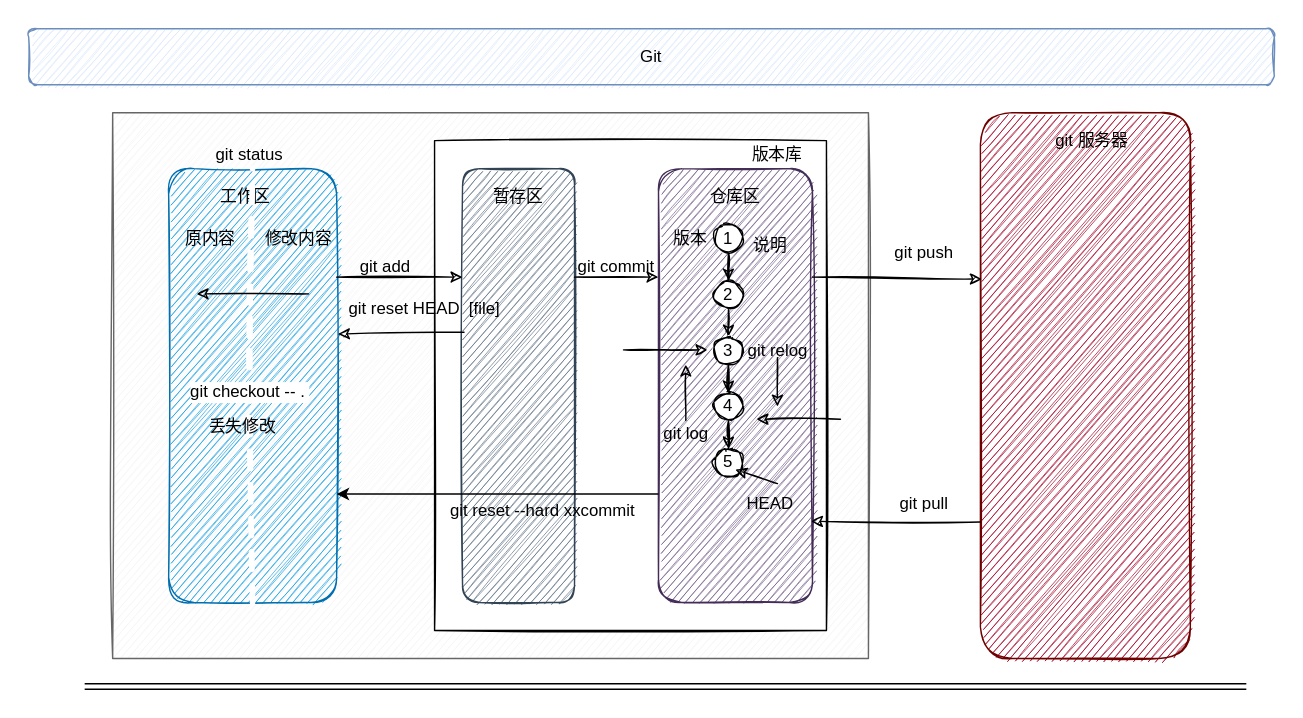
Before: 03-工作环境/images/git.svg, a diagram exported from draw.io (cd-home/Root). Source tidied: cells renumbered, new cells last; positions are measured from the earlier drawing's top-left corner, leaving out a move shared by most shapes.
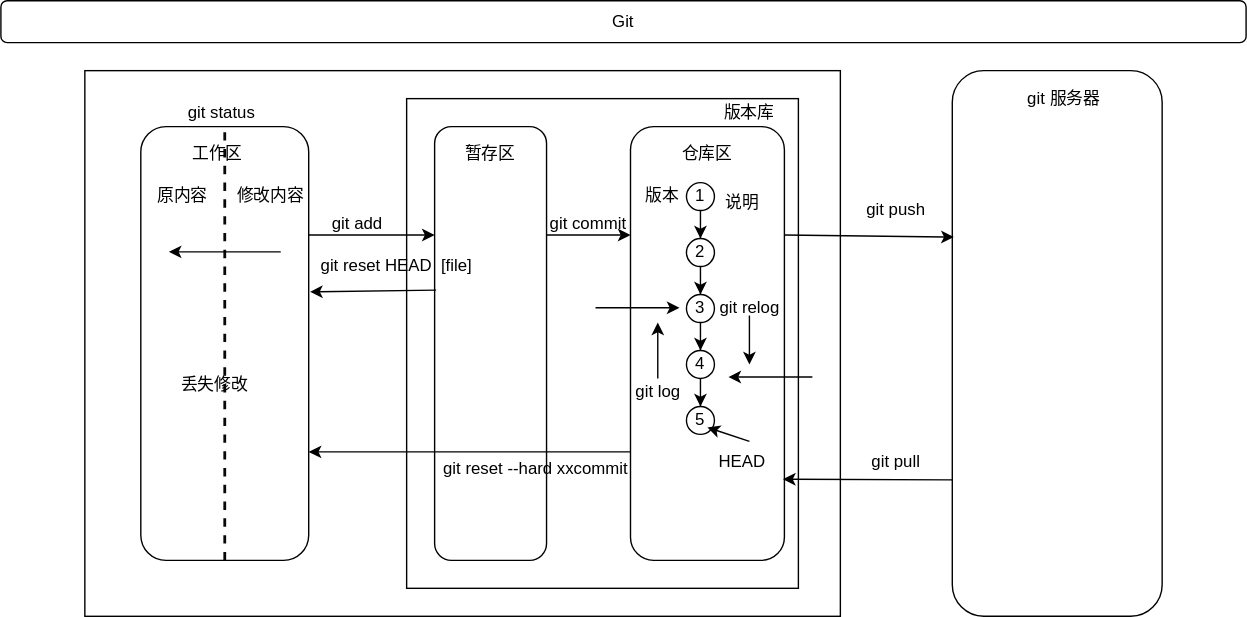
After the commit.

Change to the diagram source:
```diff
@@ -2,189 +2,171 @@
   <root>
     <mxCell id="0" />
     <mxCell id="1" parent="0" />
-    <mxCell id="2" value="Git&lt;br&gt;" style="rounded=1;whiteSpace=wrap;html=1;fillColor=#dae8fc;strokeColor=#6c8ebf;sketch=1;" parent="1" vertex="1">
-      <mxGeometry width="890" height="40" as="geometry" />
+    <mxCell id="2" value="Git&lt;br&gt;" style="rounded=1;whiteSpace=wrap;html=1;" parent="1" vertex="1">
+      <mxGeometry y="10" width="890" height="30" as="geometry" />
     </mxCell>
-    <mxCell id="3" style="rounded=1;whiteSpace=wrap;html=1;fillColor=#a20025;strokeColor=#6F0000;sketch=1;fontColor=#ffffff;" parent="1" vertex="1">
+    <mxCell id="3" style="rounded=1;whiteSpace=wrap;html=1;" parent="1" vertex="1">
       <mxGeometry x="680" y="60" width="150" height="390" as="geometry" />
     </mxCell>
-    <mxCell id="4" style="rounded=0;whiteSpace=wrap;html=1;fillColor=#f5f5f5;strokeColor=#666666;fontColor=#333333;sketch=1;" parent="1" vertex="1">
+    <mxCell id="4" style="rounded=0;whiteSpace=wrap;html=1;" parent="1" vertex="1">
       <mxGeometry x="60" y="60" width="540" height="390" as="geometry" />
     </mxCell>
-    <mxCell id="5" style="rounded=1;whiteSpace=wrap;html=1;fillColor=#1ba1e2;strokeColor=#006EAF;sketch=1;fontColor=#ffffff;" parent="1" vertex="1">
+    <mxCell id="5" style="rounded=1;whiteSpace=wrap;html=1;" parent="1" vertex="1">
       <mxGeometry x="100" y="100" width="120" height="310" as="geometry" />
     </mxCell>
-    <mxCell id="6" style="rounded=0;whiteSpace=wrap;html=1;sketch=1;" parent="1" vertex="1">
+    <mxCell id="6" style="rounded=0;whiteSpace=wrap;html=1;" parent="1" vertex="1">
       <mxGeometry x="290" y="80" width="280" height="350" as="geometry" />
     </mxCell>
-    <mxCell id="7" style="rounded=1;whiteSpace=wrap;html=1;fillColor=#647687;strokeColor=#314354;sketch=1;fontColor=#ffffff;" parent="1" vertex="1">
+    <mxCell id="7" style="rounded=1;whiteSpace=wrap;html=1;" parent="1" vertex="1">
       <mxGeometry x="310" y="100" width="80" height="310" as="geometry" />
     </mxCell>
-    <mxCell id="8" style="rounded=1;whiteSpace=wrap;html=1;fillColor=#76608a;strokeColor=#432D57;sketch=1;fontColor=#ffffff;" parent="1" vertex="1">
+    <mxCell id="8" style="rounded=1;whiteSpace=wrap;html=1;" parent="1" vertex="1">
       <mxGeometry x="450" y="100" width="110" height="310" as="geometry" />
     </mxCell>
-    <mxCell id="9" value="工作区" style="text;html=1;strokeColor=none;fillColor=none;align=center;verticalAlign=middle;whiteSpace=wrap;rounded=0;sketch=1;" parent="1" vertex="1">
+    <mxCell id="9" value="工作区" style="text;html=1;strokeColor=none;fillColor=none;align=center;verticalAlign=middle;whiteSpace=wrap;rounded=0;" parent="1" vertex="1">
       <mxGeometry x="110" y="110" width="90" height="20" as="geometry" />
     </mxCell>
-    <mxCell id="10" value="版本库" style="text;html=1;strokeColor=none;fillColor=none;align=center;verticalAlign=middle;whiteSpace=wrap;rounded=0;sketch=1;" parent="1" vertex="1">
+    <mxCell id="10" value="版本库" style="text;html=1;strokeColor=none;fillColor=none;align=center;verticalAlign=middle;whiteSpace=wrap;rounded=0;" parent="1" vertex="1">
       <mxGeometry x="510" y="80" width="50" height="20" as="geometry" />
     </mxCell>
-    <mxCell id="11" value="暂存区" style="text;html=1;strokeColor=none;fillColor=none;align=center;verticalAlign=middle;whiteSpace=wrap;rounded=0;sketch=1;" parent="1" vertex="1">
+    <mxCell id="11" value="暂存区" style="text;html=1;strokeColor=none;fillColor=none;align=center;verticalAlign=middle;whiteSpace=wrap;rounded=0;" parent="1" vertex="1">
       <mxGeometry x="330" y="110" width="40" height="20" as="geometry" />
     </mxCell>
-    <mxCell id="12" value="仓库区" style="text;html=1;strokeColor=none;fillColor=none;align=center;verticalAlign=middle;whiteSpace=wrap;rounded=0;sketch=1;" parent="1" vertex="1">
+    <mxCell id="12" value="仓库区" style="text;html=1;strokeColor=none;fillColor=none;align=center;verticalAlign=middle;whiteSpace=wrap;rounded=0;" parent="1" vertex="1">
       <mxGeometry x="485" y="110" width="40" height="20" as="geometry" />
     </mxCell>
-    <mxCell id="13" style="endArrow=classic;html=1;exitX=1;exitY=0.25;exitDx=0;exitDy=0;entryX=0;entryY=0.25;entryDx=0;entryDy=0;sketch=1;" parent="1" edge="1" source="5" target="7">
+    <mxCell id="13" style="endArrow=classic;html=1;exitX=1;exitY=0.25;exitDx=0;exitDy=0;entryX=0;entryY=0.25;entryDx=0;entryDy=0;" parent="1" edge="1" source="5" target="7">
       <mxGeometry relative="1" as="geometry" />
     </mxCell>
-    <mxCell id="14" value="git add" style="text;html=1;strokeColor=none;fillColor=none;align=center;verticalAlign=middle;whiteSpace=wrap;rounded=0;sketch=1;" parent="1" vertex="1">
+    <mxCell id="14" value="git add" style="text;html=1;strokeColor=none;fillColor=none;align=center;verticalAlign=middle;whiteSpace=wrap;rounded=0;" parent="1" vertex="1">
       <mxGeometry x="235" y="160" width="40" height="20" as="geometry" />
     </mxCell>
-    <mxCell id="15" style="endArrow=classic;html=1;exitX=1;exitY=0.25;exitDx=0;exitDy=0;entryX=0;entryY=0.25;entryDx=0;entryDy=0;sketch=1;" parent="1" edge="1" source="7" target="8">
+    <mxCell id="15" style="endArrow=classic;html=1;exitX=1;exitY=0.25;exitDx=0;exitDy=0;entryX=0;entryY=0.25;entryDx=0;entryDy=0;" parent="1" edge="1" source="7" target="8">
       <mxGeometry relative="1" as="geometry" />
     </mxCell>
-    <mxCell id="16" value="git commit" style="text;html=1;strokeColor=none;fillColor=none;align=center;verticalAlign=middle;whiteSpace=wrap;rounded=0;sketch=1;" parent="1" vertex="1">
+    <mxCell id="16" value="git commit" style="text;html=1;strokeColor=none;fillColor=none;align=center;verticalAlign=middle;whiteSpace=wrap;rounded=0;" parent="1" vertex="1">
       <mxGeometry x="390" y="160" width="60" height="20" as="geometry" />
     </mxCell>
-    <mxCell id="17" value="git status" style="text;html=1;strokeColor=none;fillColor=none;align=center;verticalAlign=middle;whiteSpace=wrap;rounded=0;sketch=1;" parent="1" vertex="1">
+    <mxCell id="17" value="git status" style="text;html=1;strokeColor=none;fillColor=none;align=center;verticalAlign=middle;whiteSpace=wrap;rounded=0;" parent="1" vertex="1">
       <mxGeometry x="122.5" y="80" width="70" height="20" as="geometry" />
     </mxCell>
-    <mxCell id="18" style="edgeStyle=orthogonalEdgeStyle;rounded=0;orthogonalLoop=1;jettySize=auto;html=1;exitX=0.5;exitY=1;exitDx=0;exitDy=0;sketch=1;" parent="1" edge="1" source="17" target="17">
+    <mxCell id="18" style="edgeStyle=orthogonalEdgeStyle;rounded=0;orthogonalLoop=1;jettySize=auto;html=1;exitX=0.5;exitY=1;exitDx=0;exitDy=0;" parent="1" edge="1" source="17" target="17">
       <mxGeometry relative="1" as="geometry" />
     </mxCell>
-    <mxCell id="19" value="git 服务器" style="text;html=1;strokeColor=none;fillColor=none;align=center;verticalAlign=middle;whiteSpace=wrap;rounded=0;sketch=1;" parent="1" vertex="1">
+    <mxCell id="19" value="git 服务器" style="text;html=1;strokeColor=none;fillColor=none;align=center;verticalAlign=middle;whiteSpace=wrap;rounded=0;" parent="1" vertex="1">
       <mxGeometry x="730" y="70" width="60" height="20" as="geometry" />
     </mxCell>
-    <mxCell id="20" style="edgeStyle=orthogonalEdgeStyle;rounded=0;jettySize=auto;html=1;sketch=1;" parent="1" edge="1" source="21" target="23">
+    <mxCell id="20" style="edgeStyle=orthogonalEdgeStyle;rounded=0;jettySize=auto;html=1;" parent="1" edge="1" source="21" target="23">
       <mxGeometry relative="1" as="geometry" />
     </mxCell>
-    <mxCell id="21" value="1" style="ellipse;whiteSpace=wrap;html=1;sketch=1;" parent="1" vertex="1">
+    <mxCell id="21" value="1" style="ellipse;whiteSpace=wrap;html=1;" parent="1" vertex="1">
       <mxGeometry x="490" y="140" width="20" height="20" as="geometry" />
     </mxCell>
-    <mxCell id="22" style="edgeStyle=orthogonalEdgeStyle;rounded=0;jettySize=auto;html=1;sketch=1;" parent="1" edge="1" source="23" target="25">
+    <mxCell id="22" style="edgeStyle=orthogonalEdgeStyle;rounded=0;jettySize=auto;html=1;" parent="1" edge="1" source="23" target="25">
       <mxGeometry relative="1" as="geometry" />
     </mxCell>
-    <mxCell id="23" value="2" style="ellipse;whiteSpace=wrap;html=1;sketch=1;" parent="1" vertex="1">
+    <mxCell id="23" value="2" style="ellipse;whiteSpace=wrap;html=1;" parent="1" vertex="1">
       <mxGeometry x="490" y="180" width="20" height="20" as="geometry" />
     </mxCell>
-    <mxCell id="24" style="edgeStyle=orthogonalEdgeStyle;rounded=0;jettySize=auto;html=1;sketch=1;" parent="1" edge="1" source="25" target="27">
+    <mxCell id="24" style="edgeStyle=orthogonalEdgeStyle;rounded=0;jettySize=auto;html=1;" parent="1" edge="1" source="25" target="27">
       <mxGeometry relative="1" as="geometry" />
     </mxCell>
-    <mxCell id="25" value="3" style="ellipse;whiteSpace=wrap;html=1;sketch=1;" parent="1" vertex="1">
+    <mxCell id="25" value="3" style="ellipse;whiteSpace=wrap;html=1;" parent="1" vertex="1">
       <mxGeometry x="490" y="220" width="20" height="20" as="geometry" />
     </mxCell>
-    <mxCell id="26" style="edgeStyle=orthogonalEdgeStyle;rounded=0;jettySize=auto;html=1;sketch=1;" parent="1" edge="1" source="27" target="28">
+    <mxCell id="26" style="edgeStyle=orthogonalEdgeStyle;rounded=0;jettySize=auto;html=1;" parent="1" edge="1" source="27" target="28">
       <mxGeometry relative="1" as="geometry" />
     </mxCell>
-    <mxCell id="27" value="4" style="ellipse;whiteSpace=wrap;html=1;sketch=1;" parent="1" vertex="1">
+    <mxCell id="27" value="4" style="ellipse;whiteSpace=wrap;html=1;" parent="1" vertex="1">
       <mxGeometry x="490" y="260" width="20" height="20" as="geometry" />
     </mxCell>
-    <mxCell id="28" value="5" style="ellipse;whiteSpace=wrap;html=1;sketch=1;" parent="1" vertex="1">
+    <mxCell id="28" value="5" style="ellipse;whiteSpace=wrap;html=1;" parent="1" vertex="1">
       <mxGeometry x="490" y="300" width="20" height="20" as="geometry" />
     </mxCell>
-    <mxCell id="29" style="endArrow=classic;html=1;sketch=1;" parent="1" edge="1">
+    <mxCell id="29" style="endArrow=classic;html=1;" parent="1" edge="1">
       <mxGeometry relative="1" as="geometry">
         <mxPoint x="535" y="325" as="sourcePoint" />
         <mxPoint x="505" y="315" as="targetPoint" />
       </mxGeometry>
     </mxCell>
-    <mxCell id="30" value="HEAD" style="text;html=1;strokeColor=none;fillColor=none;align=center;verticalAlign=middle;whiteSpace=wrap;rounded=0;sketch=1;" parent="1" vertex="1">
+    <mxCell id="30" value="HEAD" style="text;html=1;strokeColor=none;fillColor=none;align=center;verticalAlign=middle;whiteSpace=wrap;rounded=0;" parent="1" vertex="1">
       <mxGeometry x="510" y="330" width="40" height="20" as="geometry" />
     </mxCell>
-    <mxCell id="31" value="版本" style="text;html=1;strokeColor=none;fillColor=none;align=center;verticalAlign=middle;whiteSpace=wrap;rounded=0;sketch=1;" parent="1" vertex="1">
+    <mxCell id="31" value="版本" style="text;html=1;strokeColor=none;fillColor=none;align=center;verticalAlign=middle;whiteSpace=wrap;rounded=0;" parent="1" vertex="1">
       <mxGeometry x="453" y="140" width="40" height="20" as="geometry" />
     </mxCell>
-    <mxCell id="32" value="说明" style="text;html=1;strokeColor=none;fillColor=none;align=center;verticalAlign=middle;whiteSpace=wrap;rounded=0;sketch=1;" parent="1" vertex="1">
+    <mxCell id="32" value="说明" style="text;html=1;strokeColor=none;fillColor=none;align=center;verticalAlign=middle;whiteSpace=wrap;rounded=0;" parent="1" vertex="1">
       <mxGeometry x="510" y="145" width="40" height="20" as="geometry" />
     </mxCell>
-    <mxCell id="33" style="endArrow=none;dashed=1;html=1;entryX=0.5;entryY=0;entryDx=0;entryDy=0;exitX=0.5;exitY=1;exitDx=0;exitDy=0;strokeWidth=4;strokeColor=#FFFFFF;sketch=1;" parent="1" edge="1" target="5">
-      <mxGeometry relative="1" as="geometry">
-        <mxPoint x="158" y="220" as="sourcePoint" />
-      </mxGeometry>
+    <mxCell id="33" style="endArrow=none;dashed=1;html=1;entryX=0.5;entryY=0;entryDx=0;entryDy=0;exitX=0.5;exitY=1;exitDx=0;exitDy=0;strokeWidth=2;strokeColor=#080808;" parent="1" edge="1" source="5" target="5">
+      <mxGeometry relative="1" as="geometry" />
     </mxCell>
-    <mxCell id="34" value="原内容" style="text;html=1;strokeColor=none;fillColor=none;align=center;verticalAlign=middle;whiteSpace=wrap;rounded=0;sketch=1;" parent="1" vertex="1">
+    <mxCell id="34" value="原内容" style="text;html=1;strokeColor=none;fillColor=none;align=center;verticalAlign=middle;whiteSpace=wrap;rounded=0;" parent="1" vertex="1">
       <mxGeometry x="110" y="140" width="40" height="20" as="geometry" />
     </mxCell>
-    <mxCell id="35" value="修改内容" style="text;html=1;strokeColor=none;fillColor=none;align=center;verticalAlign=middle;whiteSpace=wrap;rounded=0;sketch=1;" parent="1" vertex="1">
+    <mxCell id="35" value="修改内容" style="text;html=1;strokeColor=none;fillColor=none;align=center;verticalAlign=middle;whiteSpace=wrap;rounded=0;" parent="1" vertex="1">
       <mxGeometry x="167.5" y="140" width="50" height="20" as="geometry" />
     </mxCell>
-    <mxCell id="36" value="git log" style="text;html=1;strokeColor=none;fillColor=none;align=center;verticalAlign=middle;whiteSpace=wrap;rounded=0;sketch=1;" parent="1" vertex="1">
+    <mxCell id="36" value="git log" style="text;html=1;strokeColor=none;fillColor=none;align=center;verticalAlign=middle;whiteSpace=wrap;rounded=0;" parent="1" vertex="1">
       <mxGeometry x="450" y="280" width="40" height="20" as="geometry" />
     </mxCell>
-    <mxCell id="37" style="endArrow=classic;html=1;strokeColor=#000000;strokeWidth=1;sketch=1;" parent="1" edge="1">
+    <mxCell id="37" style="endArrow=classic;html=1;strokeColor=#000000;strokeWidth=1;" parent="1" edge="1">
       <mxGeometry relative="1" as="geometry">
         <mxPoint x="469.5" y="280" as="sourcePoint" />
         <mxPoint x="469.5" y="240" as="targetPoint" />
       </mxGeometry>
     </mxCell>
-    <mxCell id="38" style="endArrow=classic;html=1;strokeColor=#000000;strokeWidth=1;sketch=1;" parent="1" edge="1">
+    <mxCell id="38" style="endArrow=classic;html=1;strokeColor=#000000;strokeWidth=1;" parent="1" edge="1">
       <mxGeometry relative="1" as="geometry">
         <mxPoint x="425" y="229.5" as="sourcePoint" />
         <mxPoint x="485" y="229.5" as="targetPoint" />
       </mxGeometry>
     </mxCell>
-    <mxCell id="39" value="git relog" style="text;html=1;strokeColor=none;fillColor=none;align=center;verticalAlign=middle;whiteSpace=wrap;rounded=0;sketch=1;" parent="1" vertex="1">
+    <mxCell id="39" value="git relog" style="text;html=1;strokeColor=none;fillColor=none;align=center;verticalAlign=middle;whiteSpace=wrap;rounded=0;" parent="1" vertex="1">
       <mxGeometry x="507.5" y="220" width="55" height="20" as="geometry" />
     </mxCell>
-    <mxCell id="40" style="endArrow=classic;html=1;strokeColor=#000000;strokeWidth=1;sketch=1;" parent="1" edge="1">
+    <mxCell id="40" style="endArrow=classic;html=1;strokeColor=#000000;strokeWidth=1;" parent="1" edge="1">
       <mxGeometry relative="1" as="geometry">
         <mxPoint x="535" y="235" as="sourcePoint" />
         <mxPoint x="535" y="270" as="targetPoint" />
       </mxGeometry>
     </mxCell>
-    <mxCell id="41" style="endArrow=classic;html=1;strokeColor=#000000;strokeWidth=1;sketch=1;" parent="1" edge="1">
+    <mxCell id="41" style="endArrow=classic;html=1;strokeColor=#000000;strokeWidth=1;" parent="1" edge="1">
       <mxGeometry relative="1" as="geometry">
         <mxPoint x="580" y="279" as="sourcePoint" />
         <mxPoint x="520" y="279" as="targetPoint" />
       </mxGeometry>
     </mxCell>
-    <mxCell id="42" style="endArrow=classic;html=1;strokeColor=#000000;strokeWidth=1;exitX=1;exitY=0.25;exitDx=0;exitDy=0;entryX=0.007;entryY=0.305;entryDx=0;entryDy=0;entryPerimeter=0;sketch=1;" parent="1" edge="1" source="8" target="3">
+    <mxCell id="42" style="endArrow=classic;html=1;strokeColor=#000000;strokeWidth=1;exitX=1;exitY=0.25;exitDx=0;exitDy=0;entryX=0.007;entryY=0.305;entryDx=0;entryDy=0;entryPerimeter=0;" parent="1" edge="1" source="8" target="3">
       <mxGeometry relative="1" as="geometry" />
     </mxCell>
-    <mxCell id="43" style="endArrow=classic;html=1;strokeColor=#000000;strokeWidth=1;exitX=0;exitY=0.75;exitDx=0;exitDy=0;entryX=0.991;entryY=0.813;entryDx=0;entryDy=0;entryPerimeter=0;sketch=1;" parent="1" edge="1" source="3" target="8">
+    <mxCell id="43" style="endArrow=classic;html=1;strokeColor=#000000;strokeWidth=1;exitX=0;exitY=0.75;exitDx=0;exitDy=0;entryX=0.991;entryY=0.813;entryDx=0;entryDy=0;entryPerimeter=0;" parent="1" edge="1" source="3" target="8">
       <mxGeometry relative="1" as="geometry" />
     </mxCell>
-    <mxCell id="44" style="endArrow=classic;html=1;strokeColor=#000000;strokeWidth=1;exitX=0.013;exitY=0.377;exitDx=0;exitDy=0;exitPerimeter=0;entryX=1.008;entryY=0.381;entryDx=0;entryDy=0;entryPerimeter=0;sketch=1;" parent="1" edge="1" source="7" target="5">
+    <mxCell id="44" style="endArrow=classic;html=1;strokeColor=#000000;strokeWidth=1;exitX=0.013;exitY=0.377;exitDx=0;exitDy=0;exitPerimeter=0;entryX=1.008;entryY=0.381;entryDx=0;entryDy=0;entryPerimeter=0;" parent="1" edge="1" source="7" target="5">
       <mxGeometry relative="1" as="geometry" />
     </mxCell>
-    <mxCell id="45" style="endArrow=classic;html=1;strokeColor=#000000;strokeWidth=1;sketch=1;" parent="1" edge="1">
+    <mxCell id="45" style="endArrow=classic;html=1;strokeColor=#000000;strokeWidth=1;" parent="1" edge="1">
       <mxGeometry relative="1" as="geometry">
         <mxPoint x="200" y="189.5" as="sourcePoint" />
         <mxPoint x="120" y="189.5" as="targetPoint" />
       </mxGeometry>
     </mxCell>
-    <mxCell id="46" style="endArrow=none;dashed=1;html=1;entryX=0.5;entryY=0;entryDx=0;entryDy=0;exitX=0.5;exitY=1;exitDx=0;exitDy=0;strokeWidth=4;strokeColor=#FFFFFF;sketch=1;" parent="1" edge="1" source="5">
-      <mxGeometry relative="1" as="geometry">
-        <mxPoint x="158" y="200" as="targetPoint" />
-      </mxGeometry>
-    </mxCell>
-    <mxCell id="47" value="git checkout -- .&amp;nbsp;" style="text;html=1;align=center;verticalAlign=middle;labelBackgroundColor=#ffffff;sketch=1;" parent="46" vertex="1">
-      <mxGeometry x="0.9" y="-3" relative="1" as="geometry">
-        <mxPoint x="-4" y="49" as="offset" />
-      </mxGeometry>
-    </mxCell>
-    <mxCell id="48" value="&lt;span&gt;git reset HEAD&amp;nbsp; [file]&lt;/span&gt;" style="text;html=1;strokeColor=none;fillColor=none;align=center;verticalAlign=middle;whiteSpace=wrap;rounded=0;sketch=1;" parent="1" vertex="1">
+    <mxCell id="48" value="&lt;span&gt;git reset HEAD&amp;nbsp; [file]&lt;/span&gt;" style="text;html=1;strokeColor=none;fillColor=none;align=center;verticalAlign=middle;whiteSpace=wrap;rounded=0;" parent="1" vertex="1">
       <mxGeometry x="217.5" y="190" width="130" height="20" as="geometry" />
     </mxCell>
-    <mxCell id="49" value="git push" style="text;html=1;strokeColor=none;fillColor=none;align=center;verticalAlign=middle;whiteSpace=wrap;rounded=0;sketch=1;" parent="1" vertex="1">
+    <mxCell id="49" value="git push" style="text;html=1;strokeColor=none;fillColor=none;align=center;verticalAlign=middle;whiteSpace=wrap;rounded=0;" parent="1" vertex="1">
       <mxGeometry x="610" y="150" width="60" height="20" as="geometry" />
     </mxCell>
-    <mxCell id="50" value="git pull" style="text;html=1;strokeColor=none;fillColor=none;align=center;verticalAlign=middle;whiteSpace=wrap;rounded=0;sketch=1;" parent="1" vertex="1">
+    <mxCell id="50" value="git pull" style="text;html=1;strokeColor=none;fillColor=none;align=center;verticalAlign=middle;whiteSpace=wrap;rounded=0;" parent="1" vertex="1">
       <mxGeometry x="610" y="330" width="60" height="20" as="geometry" />
     </mxCell>
     <mxCell id="51" style="endArrow=classic;html=1;rounded=0;exitX=0;exitY=0.75;exitDx=0;exitDy=0;entryX=1;entryY=0.75;entryDx=0;entryDy=0;" parent="1" edge="1" source="8" target="5">
       <mxGeometry relative="1" as="geometry" />
     </mxCell>
     <mxCell id="52" value="git reset --hard xxcommit" style="text;html=1;strokeColor=none;fillColor=none;align=center;verticalAlign=middle;whiteSpace=wrap;rounded=0;" parent="1" vertex="1">
-      <mxGeometry x="275" y="330" width="185" height="30" as="geometry" />
+      <mxGeometry x="290" y="330" width="185" height="30" as="geometry" />
     </mxCell>
-    <mxCell id="53" style="shape=link;html=1;rounded=0;" parent="1" edge="1">
-      <mxGeometry relative="1" as="geometry">
-        <mxPoint x="40" y="470" as="sourcePoint" />
-        <mxPoint x="870" y="470" as="targetPoint" />
-      </mxGeometry>
-    </mxCell>
     <mxCell id="54" value="丢失修改" style="text;html=1;strokeColor=none;fillColor=none;align=center;verticalAlign=middle;whiteSpace=wrap;rounded=0;" parent="1" vertex="1">
       <mxGeometry x="122.5" y="270" width="60" height="30" as="geometry" />
     </mxCell>
```
